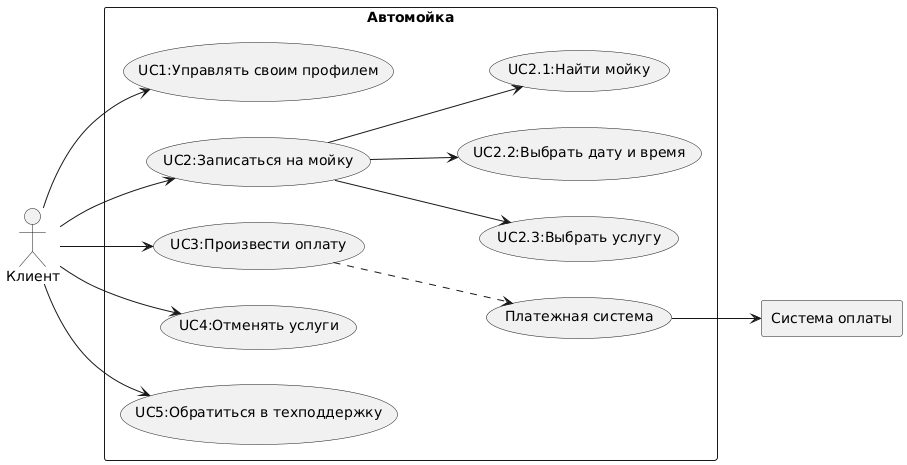
This is material/UserCases.png from MaximOdichal/IIS2, a PlantUML export, as it was before one commit.
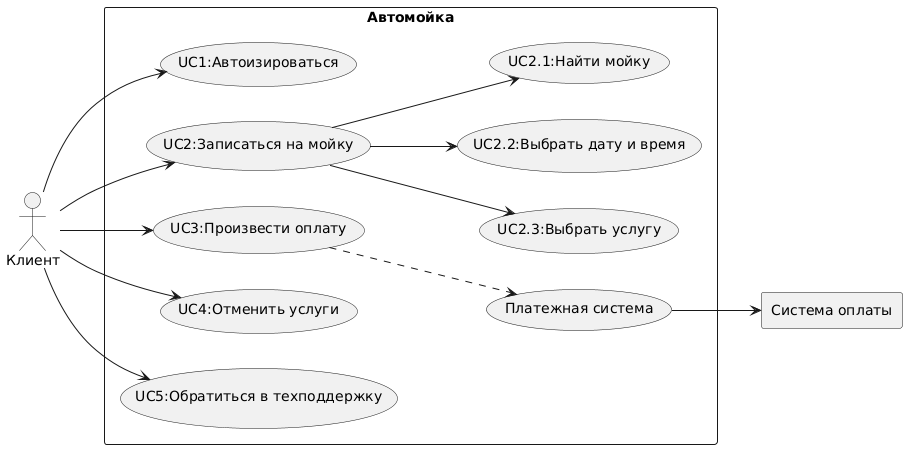
After the commit.

The edit, as a diff of the source:
```diff
@@ -3,13 +3,13 @@
     actor "Клиент" as client
     rectangle "Система оплаты" as r1
     rectangle "Автомойка" {
-        usecase "UC1:Управлять своим профилем" as UC1
+        usecase "UC1:Автоизироваться" as UC1
         usecase "UC2:Записаться на мойку" as UC2
         usecase "UC2.3:Выбрать услугу" as UC2.3
         usecase "UC2.2:Выбрать дату и время" as UC2.2
         usecase "UC2.1:Найти мойку" as UC2.1
         usecase "UC3:Произвести оплату" as UC3
-        usecase "UC4:Отменять услуги" as UC4
+        usecase "UC4:Отменить услуги" as UC4
         usecase "UC5:Обратиться в техподдержку" as UC5
         usecase "Платежная система" as US1
     }
```
